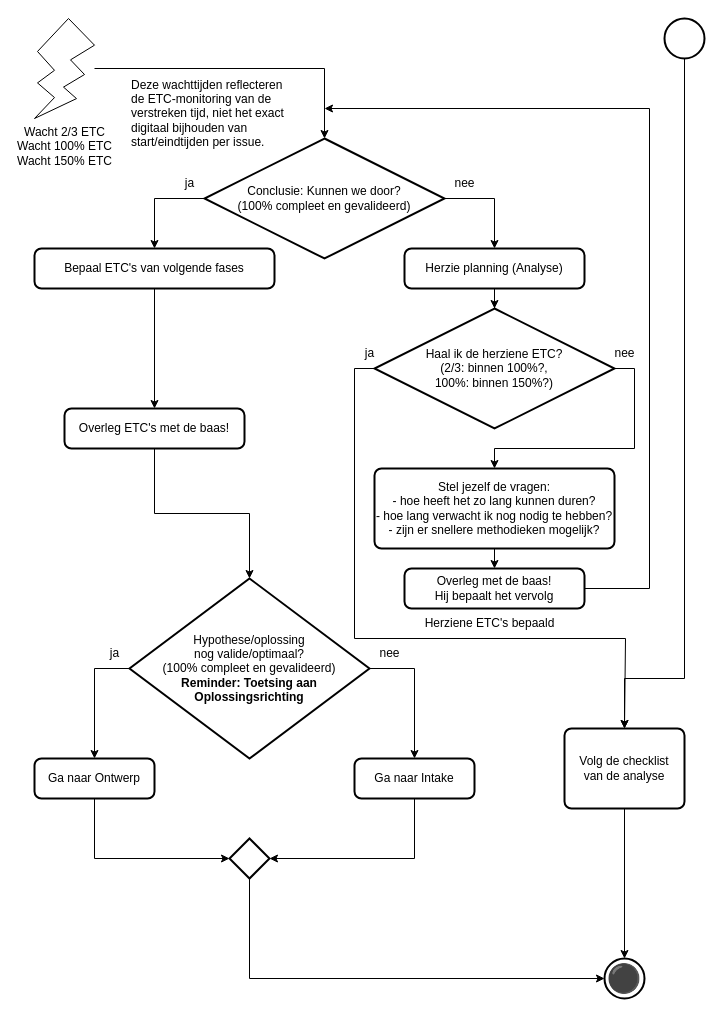
Above: 2 Issue Tracker analyse.drawio in Zaibatsu89/IssueTracker (draw.io), before the change. Source tidied: cells renumbered, new cells numbered last; positions are measured from the earlier drawing's top-left corner, leaving out a move shared by most shapes. Both pictures are drawn from the tidied source at 100%, with x=0, y=0 at pixel (34, 18).
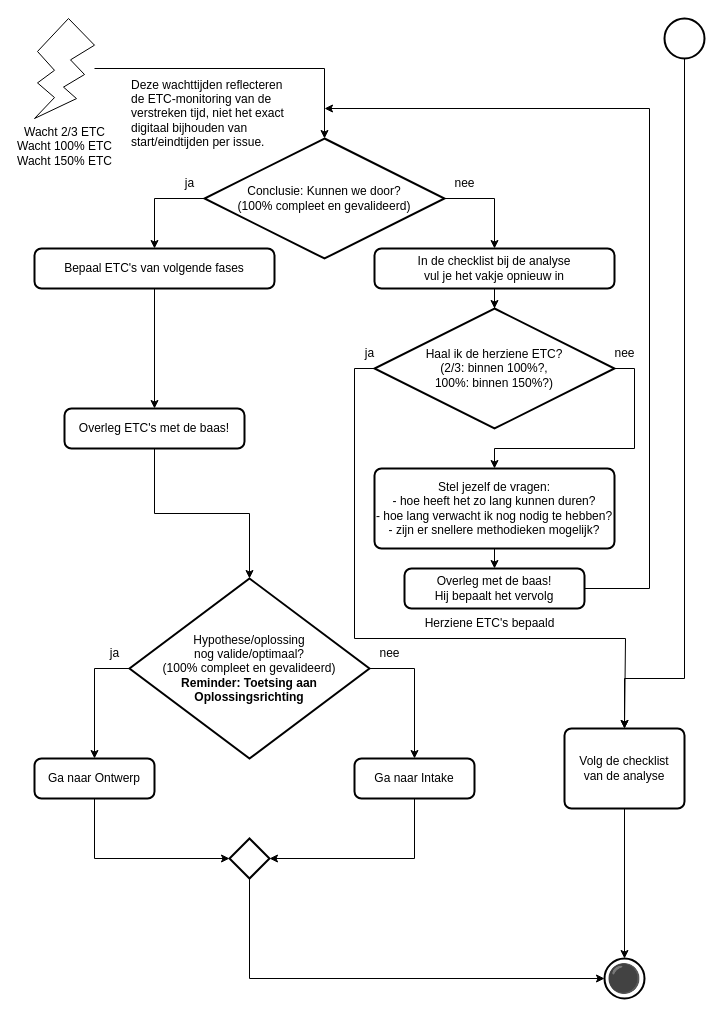
Above is the later version.

Commit message (it also covers changes not shown here):
"Vul vakjes van analyse in checklist opnieuw in" in analyse flowchart, i.p.v. "Herzie planning"

What changed in the source:
```diff
@@
-    <mxCell id="26" value="Herzie planning (Analyse)" style="rounded=1;whiteSpace=wrap;html=1;absoluteArcSize=1;arcSize=14;strokeWidth=2;" parent="1" vertex="1">
-      <mxGeometry x="370" y="230" width="180" height="40" as="geometry" />
+    <mxCell id="26" value="In de checklist bij de analyse&lt;br&gt;vul je het vakje opnieuw in" style="rounded=1;whiteSpace=wrap;html=1;absoluteArcSize=1;arcSize=14;strokeWidth=2;" parent="1" vertex="1">
+      <mxGeometry x="340" y="230" width="240" height="40" as="geometry" />
     </mxCell>
```
